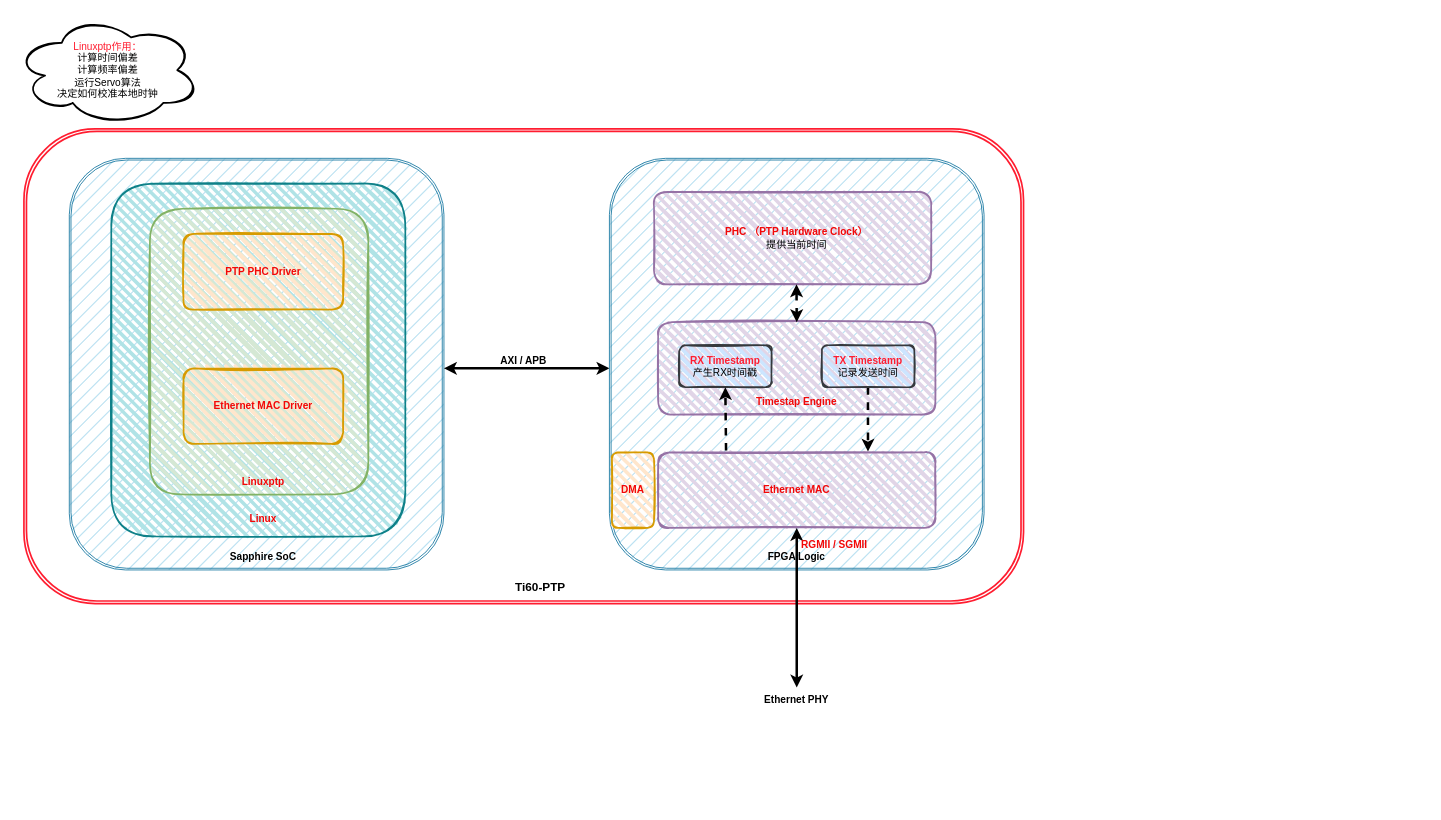
The draw.io diagram A13-PTP.drawio in shenwangchong/learngit, before the edit. Source tidied: cells renumbered, new cells numbered last; positions are measured from the earlier drawing's top-left corner, leaving out a move shared by most shapes. Both pictures are drawn from the tidied source at 84%, with x=0, y=0 at pixel (15, 15).
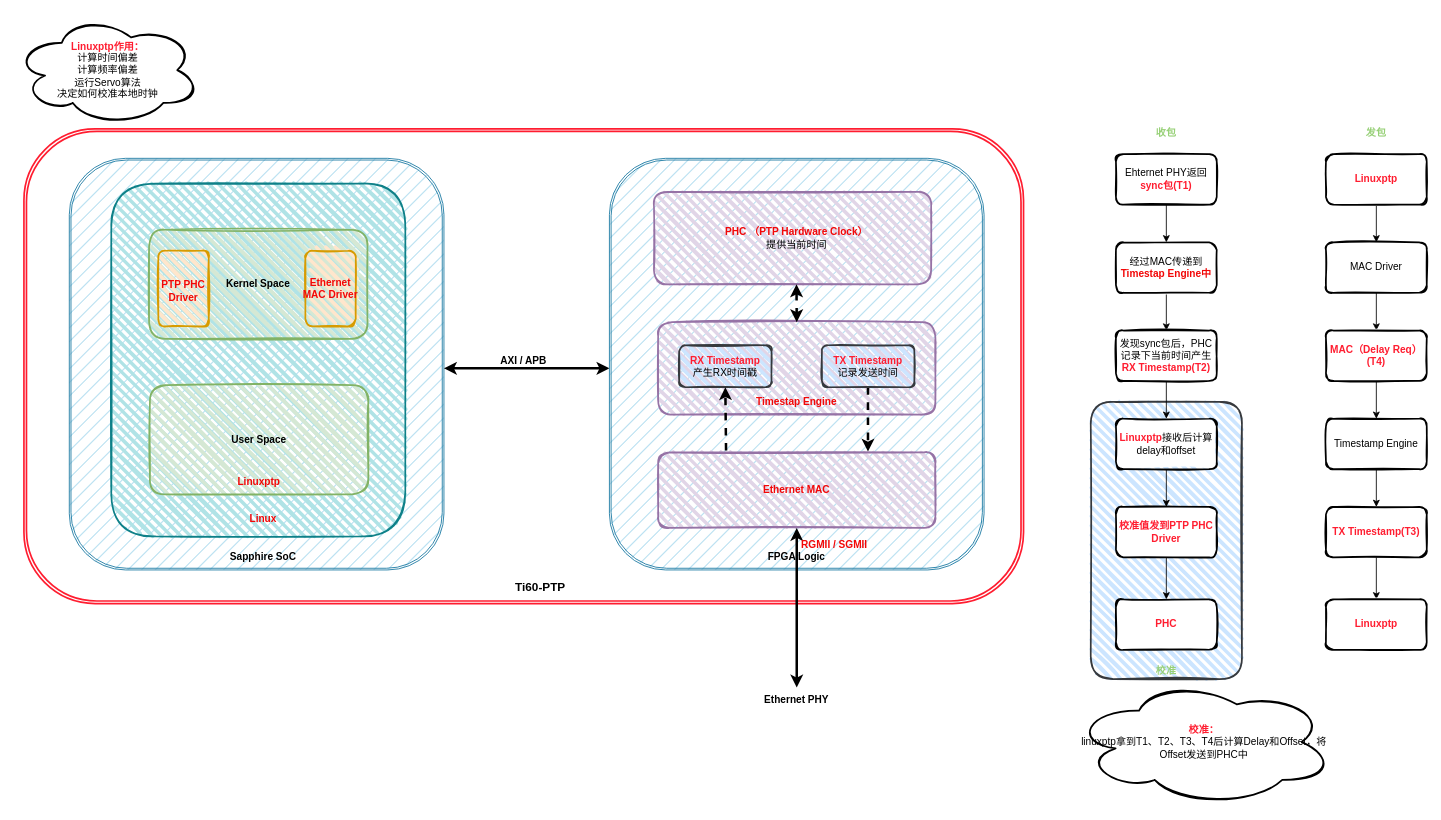
The same page after the edit.

The edit, as a diff of the source:
```diff
@@
+    <mxCell id="35" style="rounded=1;whiteSpace=wrap;html=1;sketch=1;fillWeight=4;hachureGap=8;hachureAngle=45;strokeColor=#36393d;strokeWidth=2;align=center;verticalAlign=middle;fontFamily=Helvetica;fontSize=12;fillColor=#cce5ff;" parent="1" vertex="1">
+      <mxGeometry x="1280" y="460" width="180" height="330" as="geometry" />
+    </mxCell>
@@
-    <mxCell id="7" style="rounded=1;whiteSpace=wrap;html=1;strokeWidth=2;fillWeight=4;hachureGap=8;hachureAngle=45;fillColor=#d5e8d4;sketch=1;strokeColor=#82b366;" parent="1" vertex="1">
-      <mxGeometry x="160" y="230" width="260" height="340" as="geometry" />
+    <mxCell id="7" value="&lt;b&gt;User Space&lt;/b&gt;" style="rounded=1;whiteSpace=wrap;html=1;strokeWidth=2;fillWeight=4;hachureGap=8;hachureAngle=45;fillColor=#d5e8d4;sketch=1;strokeColor=#82b366;" parent="1" vertex="1">
+      <mxGeometry x="160" y="440" width="260" height="130" as="geometry" />
     </mxCell>
     <mxCell id="8" value="&lt;font style=&quot;color: light-dark(rgb(242, 7, 7), rgb(237, 237, 237));&quot;&gt;&lt;b&gt;Linuxptp&lt;/b&gt;&lt;/font&gt;" style="text;html=1;whiteSpace=wrap;strokeColor=none;fillColor=none;align=center;verticalAlign=middle;rounded=0;" parent="1" vertex="1">
-      <mxGeometry x="255" y="545" width="80" height="20" as="geometry" />
+      <mxGeometry x="250" y="545" width="80" height="20" as="geometry" />
     </mxCell>
-    <mxCell id="9" style="rounded=1;whiteSpace=wrap;html=1;strokeWidth=2;fillWeight=4;hachureGap=8;hachureAngle=45;fillColor=#ffe6cc;sketch=1;strokeColor=#d79b00;" parent="1" vertex="1">
-      <mxGeometry x="200" y="260" width="190" height="90" as="geometry" />
-    </mxCell>
-    <mxCell id="10" value="&lt;font style=&quot;color: light-dark(rgb(242, 7, 7), rgb(237, 237, 237));&quot;&gt;&lt;b&gt;PTP PHC Driver&lt;/b&gt;&lt;/font&gt;" style="text;html=1;whiteSpace=wrap;strokeColor=none;fillColor=none;align=center;verticalAlign=middle;rounded=0;" parent="1" vertex="1">
-      <mxGeometry x="240" y="295" width="110" height="20" as="geometry" />
-    </mxCell>
@@
-    <mxCell id="27" value="&lt;div&gt;&lt;font style=&quot;color: rgb(255, 29, 48);&quot;&gt;Linuxptp作用：&lt;/font&gt;&lt;/div&gt;计算时间偏差&lt;br&gt;计算频率偏差&lt;br&gt;运行Servo算法&lt;br&gt;决定如何校准本地时钟" style="ellipse;shape=cloud;whiteSpace=wrap;html=1;rounded=1;sketch=1;fillWeight=4;hachureGap=8;hachureAngle=45;strokeWidth=2;align=center;verticalAlign=middle;fontFamily=Helvetica;fontSize=12;" parent="1" vertex="1">
+    <mxCell id="27" value="&lt;div&gt;&lt;font style=&quot;color: rgb(255, 29, 48);&quot;&gt;&lt;b&gt;Linuxptp作用：&lt;/b&gt;&lt;/font&gt;&lt;/div&gt;计算时间偏差&lt;br&gt;计算频率偏差&lt;br&gt;运行Servo算法&lt;br&gt;决定如何校准本地时钟" style="ellipse;shape=cloud;whiteSpace=wrap;html=1;rounded=1;sketch=1;fillWeight=4;hachureGap=8;hachureAngle=45;strokeWidth=2;align=center;verticalAlign=middle;fontFamily=Helvetica;fontSize=12;" parent="1" vertex="1">
       <mxGeometry width="220" height="130" as="geometry" />
     </mxCell>
@@
+    <mxCell id="36" value="&lt;b&gt;Kernel Space&lt;/b&gt;" style="rounded=1;whiteSpace=wrap;html=1;strokeWidth=2;fillWeight=4;hachureGap=8;hachureAngle=45;fillColor=#d5e8d4;sketch=1;strokeColor=#82b366;" parent="1" vertex="1">
+      <mxGeometry x="159" y="255" width="260" height="130" as="geometry" />
+    </mxCell>
     <mxCell id="31" style="rounded=1;whiteSpace=wrap;html=1;strokeWidth=2;fillWeight=4;hachureGap=8;hachureAngle=45;fillColor=#ffe6cc;sketch=1;strokeColor=#d79b00;" parent="1" vertex="1">
-      <mxGeometry x="200" y="420" width="190" height="90" as="geometry" />
+      <mxGeometry x="345" y="280" width="60" height="90" as="geometry" />
     </mxCell>
+    <mxCell id="37" style="rounded=1;whiteSpace=wrap;html=1;strokeWidth=2;fillWeight=4;hachureGap=8;hachureAngle=45;fillColor=#ffe6cc;sketch=1;strokeColor=#d79b00;" parent="1" vertex="1">
+      <mxGeometry x="170" y="280" width="60" height="90" as="geometry" />
+    </mxCell>
+    <mxCell id="10" value="&lt;font style=&quot;color: light-dark(rgb(242, 7, 7), rgb(237, 237, 237));&quot;&gt;&lt;b&gt;PTP PHC Driver&lt;/b&gt;&lt;/font&gt;" style="text;html=1;whiteSpace=wrap;strokeColor=none;fillColor=none;align=center;verticalAlign=middle;rounded=0;" parent="1" vertex="1">
+      <mxGeometry x="170" y="318" width="60" height="20" as="geometry" />
+    </mxCell>
     <mxCell id="32" value="&lt;font style=&quot;color: light-dark(rgb(242, 7, 7), rgb(237, 237, 237));&quot;&gt;&lt;b&gt;Ethernet MAC Driver&lt;/b&gt;&lt;/font&gt;" style="text;html=1;whiteSpace=wrap;strokeColor=none;fillColor=none;align=center;verticalAlign=middle;rounded=0;" parent="1" vertex="1">
-      <mxGeometry x="230" y="455" width="130" height="20" as="geometry" />
+      <mxGeometry x="340" y="315" width="70" height="20" as="geometry" />
     </mxCell>
-    <mxCell id="33" style="rounded=1;whiteSpace=wrap;html=1;strokeWidth=2;fillWeight=4;hachureGap=8;hachureAngle=45;fillColor=#ffe6cc;sketch=1;strokeColor=#d79b00;" parent="1" vertex="1">
-      <mxGeometry x="710" y="520" width="50" height="90" as="geometry" />
-    </mxCell>
-    <mxCell id="34" value="&lt;font style=&quot;color: light-dark(rgb(242, 7, 7), rgb(237, 237, 237));&quot;&gt;&lt;b&gt;DMA&lt;/b&gt;&lt;/font&gt;" style="text;html=1;whiteSpace=wrap;strokeColor=none;fillColor=none;align=center;verticalAlign=middle;rounded=0;" parent="1" vertex="1">
-      <mxGeometry x="710" y="555" width="50" height="20" as="geometry" />
-    </mxCell>
+    <mxCell id="38" style="edgeStyle=orthogonalEdgeStyle;rounded=0;jettySize=auto;html=1;fontFamily=Helvetica;fontSize=12;fontColor=default;" parent="1" edge="1" source="39" target="41">
+      <mxGeometry relative="1" as="geometry" />
+    </mxCell>
+    <mxCell id="39" value="Ehternet PHY返回&lt;b&gt;&lt;font style=&quot;color: rgb(255, 29, 48);&quot;&gt;sync包(T1)&lt;/font&gt;&lt;/b&gt;" style="rounded=1;whiteSpace=wrap;html=1;sketch=1;fillWeight=4;hachureGap=8;hachureAngle=45;strokeWidth=2;align=center;verticalAlign=middle;fontFamily=Helvetica;fontSize=12;" parent="1" vertex="1">
+      <mxGeometry x="1310" y="165" width="120" height="60" as="geometry" />
+    </mxCell>
+    <mxCell id="40" style="edgeStyle=orthogonalEdgeStyle;rounded=0;jettySize=auto;html=1;fontFamily=Helvetica;fontSize=12;fontColor=default;" parent="1" edge="1" source="41" target="43">
+      <mxGeometry relative="1" as="geometry" />
+    </mxCell>
+    <mxCell id="41" value="经过MAC传递到&lt;b style=&quot;color: rgb(242, 7, 7);&quot;&gt;Timestap Engine中&lt;/b&gt;" style="rounded=1;whiteSpace=wrap;html=1;sketch=1;fillWeight=4;hachureGap=8;hachureAngle=45;strokeWidth=2;align=center;verticalAlign=middle;fontFamily=Helvetica;fontSize=12;" parent="1" vertex="1">
+      <mxGeometry x="1310" y="270" width="120" height="60" as="geometry" />
+    </mxCell>
+    <mxCell id="42" style="edgeStyle=orthogonalEdgeStyle;rounded=0;jettySize=auto;html=1;fontFamily=Helvetica;fontSize=12;fontColor=default;" parent="1" edge="1" source="43" target="45">
+      <mxGeometry relative="1" as="geometry" />
+    </mxCell>
+    <mxCell id="43" value="发现sync包后，PHC记录下当前时间产生&lt;b&gt;&lt;font style=&quot;color: rgb(255, 29, 48);&quot;&gt;RX Timestamp(T2)&lt;/font&gt;&lt;/b&gt;" style="rounded=1;whiteSpace=wrap;html=1;sketch=1;fillWeight=4;hachureGap=8;hachureAngle=45;strokeWidth=2;align=center;verticalAlign=middle;fontFamily=Helvetica;fontSize=12;" parent="1" vertex="1">
+      <mxGeometry x="1310" y="375" width="120" height="60" as="geometry" />
+    </mxCell>
+    <mxCell id="44" style="edgeStyle=orthogonalEdgeStyle;rounded=0;jettySize=auto;html=1;fontFamily=Helvetica;fontSize=12;fontColor=default;" parent="1" edge="1" source="45" target="57">
+      <mxGeometry relative="1" as="geometry" />
+    </mxCell>
+    <mxCell id="45" value="&lt;font&gt;&lt;b style=&quot;color: light-dark(rgb(255, 29, 48), rgb(255, 127, 143));&quot;&gt;Linuxptp&lt;/b&gt;&lt;font style=&quot;color: rgb(0, 0, 0);&quot;&gt;接收后计算delay和offset&lt;/font&gt;&lt;/font&gt;" style="rounded=1;whiteSpace=wrap;html=1;sketch=1;fillWeight=4;hachureGap=8;hachureAngle=45;strokeWidth=2;align=center;verticalAlign=middle;fontFamily=Helvetica;fontSize=12;" parent="1" vertex="1">
+      <mxGeometry x="1310" y="480" width="120" height="60" as="geometry" />
+    </mxCell>
+    <mxCell id="46" value="&lt;font style=&quot;color: rgb(151, 208, 119);&quot;&gt;&lt;b style=&quot;&quot;&gt;收包&lt;/b&gt;&lt;/font&gt;" style="text;html=1;whiteSpace=wrap;strokeColor=none;fillColor=none;align=center;verticalAlign=middle;rounded=0;" parent="1" vertex="1">
+      <mxGeometry x="1340" y="130" width="60" height="20" as="geometry" />
+    </mxCell>
+    <mxCell id="47" style="edgeStyle=orthogonalEdgeStyle;rounded=0;jettySize=auto;html=1;fontFamily=Helvetica;fontSize=12;fontColor=default;" parent="1" edge="1" source="48" target="50">
+      <mxGeometry relative="1" as="geometry" />
+    </mxCell>
+    <mxCell id="48" value="&lt;b style=&quot;color: light-dark(rgb(255, 29, 48), rgb(255, 127, 143));&quot;&gt;Linuxptp&lt;/b&gt;" style="rounded=1;whiteSpace=wrap;html=1;sketch=1;fillWeight=4;hachureGap=8;hachureAngle=45;strokeWidth=2;align=center;verticalAlign=middle;fontFamily=Helvetica;fontSize=12;" parent="1" vertex="1">
+      <mxGeometry x="1560" y="165" width="120" height="60" as="geometry" />
+    </mxCell>
+    <mxCell id="49" style="edgeStyle=orthogonalEdgeStyle;rounded=0;jettySize=auto;html=1;fontFamily=Helvetica;fontSize=12;fontColor=default;" parent="1" edge="1" source="50" target="52">
+      <mxGeometry relative="1" as="geometry" />
+    </mxCell>
+    <mxCell id="50" value="MAC Driver" style="rounded=1;whiteSpace=wrap;html=1;sketch=1;fillWeight=4;hachureGap=8;hachureAngle=45;strokeWidth=2;align=center;verticalAlign=middle;fontFamily=Helvetica;fontSize=12;" parent="1" vertex="1">
+      <mxGeometry x="1560" y="270" width="120" height="60" as="geometry" />
+    </mxCell>
+    <mxCell id="51" style="edgeStyle=orthogonalEdgeStyle;rounded=0;jettySize=auto;html=1;fontFamily=Helvetica;fontSize=12;fontColor=default;" parent="1" edge="1" source="52" target="54">
+      <mxGeometry relative="1" as="geometry" />
+    </mxCell>
+    <mxCell id="52" value="&lt;b&gt;&lt;font style=&quot;color: rgb(255, 29, 48);&quot;&gt;MAC（Delay Req）&lt;/font&gt;&lt;/b&gt;&lt;div&gt;&lt;b&gt;&lt;font style=&quot;color: rgb(255, 29, 48);&quot;&gt;(T4)&lt;/font&gt;&lt;/b&gt;&lt;/div&gt;" style="rounded=1;whiteSpace=wrap;html=1;sketch=1;fillWeight=4;hachureGap=8;hachureAngle=45;strokeWidth=2;align=center;verticalAlign=middle;fontFamily=Helvetica;fontSize=12;" parent="1" vertex="1">
+      <mxGeometry x="1560" y="375" width="120" height="60" as="geometry" />
+    </mxCell>
+    <mxCell id="53" style="edgeStyle=orthogonalEdgeStyle;rounded=0;jettySize=auto;html=1;fontFamily=Helvetica;fontSize=12;fontColor=default;" parent="1" edge="1" source="54" target="60">
+      <mxGeometry relative="1" as="geometry" />
+    </mxCell>
+    <mxCell id="54" value="Timestamp Engine" style="rounded=1;whiteSpace=wrap;html=1;sketch=1;fillWeight=4;hachureGap=8;hachureAngle=45;strokeWidth=2;align=center;verticalAlign=middle;fontFamily=Helvetica;fontSize=12;" parent="1" vertex="1">
+      <mxGeometry x="1560" y="480" width="120" height="60" as="geometry" />
+    </mxCell>
+    <mxCell id="55" value="&lt;font style=&quot;color: rgb(151, 208, 119);&quot;&gt;&lt;b style=&quot;&quot;&gt;发包&lt;/b&gt;&lt;/font&gt;" style="text;html=1;whiteSpace=wrap;strokeColor=none;fillColor=none;align=center;verticalAlign=middle;rounded=0;" parent="1" vertex="1">
+      <mxGeometry x="1590" y="130" width="60" height="20" as="geometry" />
+    </mxCell>
+    <mxCell id="56" style="edgeStyle=orthogonalEdgeStyle;rounded=0;jettySize=auto;html=1;fontFamily=Helvetica;fontSize=12;fontColor=default;" parent="1" edge="1" source="57" target="58">
+      <mxGeometry relative="1" as="geometry" />
+    </mxCell>
+    <mxCell id="57" value="&lt;font color=&quot;#ff1d30&quot;&gt;&lt;b&gt;校准值发到PTP PHC Driver&lt;/b&gt;&lt;/font&gt;" style="rounded=1;whiteSpace=wrap;html=1;sketch=1;fillWeight=4;hachureGap=8;hachureAngle=45;strokeWidth=2;align=center;verticalAlign=middle;fontFamily=Helvetica;fontSize=12;" parent="1" vertex="1">
+      <mxGeometry x="1310" y="585" width="120" height="60" as="geometry" />
+    </mxCell>
+    <mxCell id="58" value="&lt;font color=&quot;#ff1d30&quot;&gt;&lt;b&gt;PHC&lt;/b&gt;&lt;/font&gt;" style="rounded=1;whiteSpace=wrap;html=1;sketch=1;fillWeight=4;hachureGap=8;hachureAngle=45;strokeWidth=2;align=center;verticalAlign=middle;fontFamily=Helvetica;fontSize=12;" parent="1" vertex="1">
+      <mxGeometry x="1310" y="695" width="120" height="60" as="geometry" />
+    </mxCell>
+    <mxCell id="59" style="edgeStyle=orthogonalEdgeStyle;rounded=0;jettySize=auto;html=1;fontFamily=Helvetica;fontSize=12;fontColor=default;" parent="1" edge="1" source="60" target="61">
+      <mxGeometry relative="1" as="geometry" />
+    </mxCell>
+    <mxCell id="60" value="&lt;b&gt;&lt;font style=&quot;color: rgb(255, 29, 48);&quot;&gt;TX Timestamp(T3)&lt;/font&gt;&lt;/b&gt;" style="rounded=1;whiteSpace=wrap;html=1;sketch=1;fillWeight=4;hachureGap=8;hachureAngle=45;strokeWidth=2;align=center;verticalAlign=middle;fontFamily=Helvetica;fontSize=12;" parent="1" vertex="1">
+      <mxGeometry x="1560" y="585" width="120" height="60" as="geometry" />
+    </mxCell>
+    <mxCell id="61" value="&lt;b style=&quot;color: light-dark(rgb(255, 29, 48), rgb(255, 127, 143));&quot;&gt;Linuxptp&lt;/b&gt;" style="rounded=1;whiteSpace=wrap;html=1;sketch=1;fillWeight=4;hachureGap=8;hachureAngle=45;strokeWidth=2;align=center;verticalAlign=middle;fontFamily=Helvetica;fontSize=12;" parent="1" vertex="1">
+      <mxGeometry x="1560" y="695" width="120" height="60" as="geometry" />
+    </mxCell>
+    <mxCell id="62" value="&lt;font color=&quot;#97d077&quot;&gt;&lt;b&gt;校准&lt;/b&gt;&lt;/font&gt;" style="text;html=1;whiteSpace=wrap;strokeColor=none;fillColor=none;align=center;verticalAlign=middle;rounded=0;" parent="1" vertex="1">
+      <mxGeometry x="1340" y="770" width="60" height="20" as="geometry" />
+    </mxCell>
+    <mxCell id="63" value="&lt;div&gt;&lt;font style=&quot;color: rgb(255, 29, 48);&quot;&gt;&lt;b&gt;校准：&lt;/b&gt;&lt;/font&gt;&lt;/div&gt;linuxptp拿到T1、T2、T3、T4后计算Delay和Offset，将Offset发送到PHC中" style="ellipse;shape=cloud;whiteSpace=wrap;html=1;rounded=1;sketch=1;fillWeight=4;hachureGap=8;hachureAngle=45;strokeWidth=2;align=center;verticalAlign=middle;fontFamily=Helvetica;fontSize=12;" parent="1" vertex="1">
+      <mxGeometry x="1260" y="790" width="310" height="150" as="geometry" />
+    </mxCell>
```
